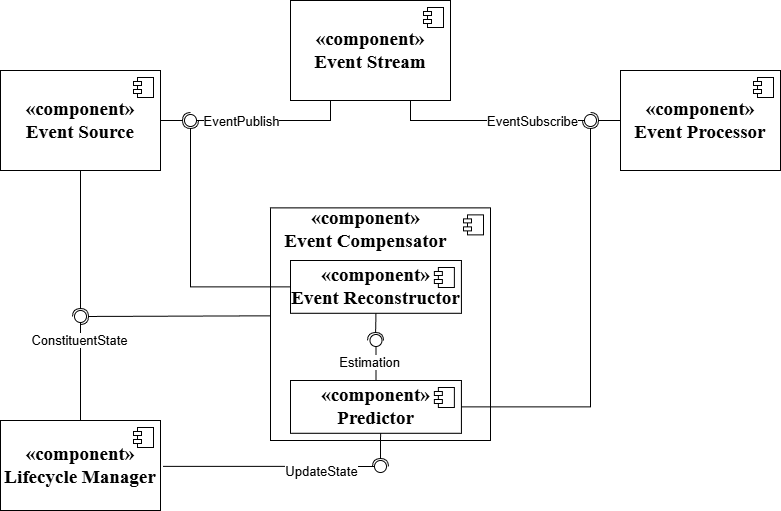
The draw.io diagram Feyi_s_Official_Thesis__Current_Version/figures/Architecture/High Level Component Diagram.drawio.png in faith176/sots_kalman_filters, before a commit. Source tidied: cells renumbered, new cells last; positions are measured from the earlier drawing's top-left corner, leaving out a move shared by most shapes.
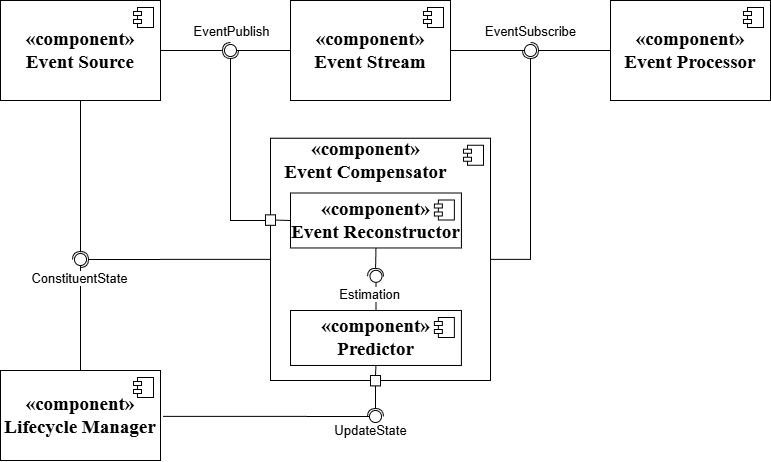
Above is the later version.

The edit, as a diff of the source:
```diff
@@ -2,176 +2,189 @@
   <root>
     <mxCell id="0" />
     <mxCell id="1" parent="0" />
-    <mxCell id="2" style="edgeStyle=orthogonalEdgeStyle;rounded=0;jettySize=auto;html=1;exitX=1;exitY=0.5;exitDx=0;exitDy=0;endArrow=halfCircle;endFill=0;" parent="1" edge="1" source="4">
+    <mxCell id="2" style="endArrow=halfCircle;html=1;rounded=0;endFill=0;exitX=0;exitY=0.5;exitDx=0;exitDy=0;edgeStyle=orthogonalEdgeStyle;" parent="1" edge="1">
       <mxGeometry relative="1" as="geometry">
-        <mxPoint x="190" y="120" as="targetPoint" />
-        <Array as="points">
-          <mxPoint x="150" y="120" />
-        </Array>
+        <mxPoint x="330" y="290" as="sourcePoint" />
+        <mxPoint x="230" y="120" as="targetPoint" />
       </mxGeometry>
     </mxCell>
-    <mxCell id="3" style="edgeStyle=orthogonalEdgeStyle;rounded=0;jettySize=auto;html=1;exitX=0.5;exitY=1;exitDx=0;exitDy=0;endArrow=halfCircle;endFill=0;" parent="1" edge="1" source="4">
+    <mxCell id="3" style="edgeStyle=orthogonalEdgeStyle;rounded=0;jettySize=auto;html=1;exitX=1;exitY=0.5;exitDx=0;exitDy=0;endArrow=halfCircle;endFill=0;" parent="1" edge="1" source="5">
       <mxGeometry relative="1" as="geometry">
-        <mxPoint x="80" y="316" as="targetPoint" />
+        <mxPoint x="230" y="120" as="targetPoint" />
+        <Array as="points">
+          <mxPoint x="150" y="120" />
+        </Array>
       </mxGeometry>
     </mxCell>
-    <mxCell id="4" value="«component»&lt;br&gt;&lt;span&gt;Event Source&lt;/span&gt;" style="html=1;whiteSpace=wrap;fontFamily=Times New Roman;fontSize=19;fontStyle=1;" parent="1" vertex="1">
-      <mxGeometry y="70" width="160" height="100" as="geometry" />
+    <mxCell id="4" style="edgeStyle=orthogonalEdgeStyle;rounded=0;jettySize=auto;html=1;exitX=0.5;exitY=1;exitDx=0;exitDy=0;endArrow=halfCircle;endFill=0;" parent="1" edge="1" source="5">
+      <mxGeometry relative="1" as="geometry">
+        <mxPoint x="80" y="329" as="targetPoint" />
+      </mxGeometry>
     </mxCell>
-    <mxCell id="5" style="shape=module;jettyWidth=8;jettyHeight=4;fontFamily=Times New Roman;fontSize=19;fontStyle=1;" parent="4" vertex="1">
-      <mxGeometry x="1" width="20" height="20" relative="1" as="geometry">
-        <mxPoint x="-27" y="7" as="offset" />
-      </mxGeometry>
+    <mxCell id="5" value="«component»&lt;br&gt;&lt;span&gt;Event Source&lt;/span&gt;" style="html=1;whiteSpace=wrap;fontFamily=Times New Roman;fontSize=19;fontStyle=1;" parent="1" vertex="1">
+      <mxGeometry y="70" width="160" height="100" as="geometry" />
     </mxCell>
-    <mxCell id="6" style="edgeStyle=orthogonalEdgeStyle;rounded=0;jettySize=auto;html=1;exitX=0.25;exitY=1;exitDx=0;exitDy=0;endArrow=oval;endFill=0;endSize=12;" parent="1" edge="1" source="10">
-      <mxGeometry relative="1" as="geometry">
-        <mxPoint x="190" y="120" as="targetPoint" />
-        <Array as="points">
-          <mxPoint x="330" y="120" />
-        </Array>
+    <mxCell id="6" style="shape=module;jettyWidth=8;jettyHeight=4;fontFamily=Times New Roman;fontSize=19;fontStyle=1;" parent="5" vertex="1">
+      <mxGeometry x="1" width="20" height="20" relative="1" as="geometry">
+        <mxPoint x="-27" y="7" as="offset" />
       </mxGeometry>
     </mxCell>
-    <mxCell id="7" value="Event&lt;span style=&quot;background-color: light-dark(#ffffff, var(--ge-dark-color, #121212)); color: light-dark(rgb(0, 0, 0), rgb(255, 255, 255));&quot;&gt;Publish&lt;/span&gt;" style="edgeLabel;html=1;align=center;verticalAlign=middle;fontSize=13;" parent="6" vertex="1">
-      <mxGeometry x="-0.12" relative="1" as="geometry">
-        <mxPoint x="-39" as="offset" />
+    <mxCell id="7" style="edgeStyle=orthogonalEdgeStyle;rounded=0;jettySize=auto;html=1;exitX=0.25;exitY=1;exitDx=0;exitDy=0;endArrow=oval;endFill=0;endSize=12;" parent="1" edge="1" source="11">
+      <mxGeometry relative="1" as="geometry">
+        <mxPoint x="230" y="120" as="targetPoint" />
+        <Array as="points">
+          <mxPoint x="330" y="120" />
+        </Array>
       </mxGeometry>
     </mxCell>
-    <mxCell id="8" style="edgeStyle=orthogonalEdgeStyle;rounded=0;jettySize=auto;html=1;exitX=0.75;exitY=1;exitDx=0;exitDy=0;endArrow=oval;endFill=0;endSize=12;" parent="1" edge="1" source="10">
-      <mxGeometry relative="1" as="geometry">
-        <mxPoint x="590" y="120" as="targetPoint" />
-        <Array as="points">
-          <mxPoint x="410" y="120" />
-        </Array>
+    <mxCell id="8" value="Event&lt;span style=&quot;background-color: light-dark(#ffffff, var(--ge-dark-color, #121212)); color: light-dark(rgb(0, 0, 0), rgb(255, 255, 255));&quot;&gt;Publish&lt;/span&gt;" style="edgeLabel;html=1;align=center;verticalAlign=middle;fontSize=13;" parent="7" vertex="1">
+      <mxGeometry x="-0.12" relative="1" as="geometry">
+        <mxPoint x="-84" y="-20" as="offset" />
       </mxGeometry>
     </mxCell>
-    <mxCell id="9" value="Event&lt;span style=&quot;background-color: light-dark(#ffffff, var(--ge-dark-color, #121212)); color: light-dark(rgb(0, 0, 0), rgb(255, 255, 255));&quot;&gt;Subscribe&lt;/span&gt;" style="edgeLabel;html=1;align=center;verticalAlign=middle;fontSize=13;" parent="8" vertex="1">
-      <mxGeometry x="-0.11" relative="1" as="geometry">
-        <mxPoint x="52" as="offset" />
+    <mxCell id="9" style="edgeStyle=orthogonalEdgeStyle;rounded=0;jettySize=auto;html=1;exitX=0.75;exitY=1;exitDx=0;exitDy=0;endArrow=oval;endFill=0;endSize=12;" parent="1" edge="1" source="11">
+      <mxGeometry relative="1" as="geometry">
+        <mxPoint x="530" y="120" as="targetPoint" />
+        <Array as="points">
+          <mxPoint x="410" y="120" />
+        </Array>
       </mxGeometry>
     </mxCell>
-    <mxCell id="10" value="«component»&lt;br&gt;&lt;span&gt;Event Stream&lt;/span&gt;" style="html=1;whiteSpace=wrap;fontFamily=Times New Roman;fontSize=19;fontStyle=1;" parent="1" vertex="1">
-      <mxGeometry x="290" width="160" height="100" as="geometry" />
+    <mxCell id="10" value="Event&lt;span style=&quot;background-color: light-dark(#ffffff, var(--ge-dark-color, #121212)); color: light-dark(rgb(0, 0, 0), rgb(255, 255, 255));&quot;&gt;Subscribe&lt;/span&gt;" style="edgeLabel;html=1;align=center;verticalAlign=middle;points=[];fontSize=13;" parent="9" vertex="1">
+      <mxGeometry x="-0.11" relative="1" as="geometry">
+        <mxPoint x="94" y="-20" as="offset" />
+      </mxGeometry>
     </mxCell>
-    <mxCell id="11" style="shape=module;jettyWidth=8;jettyHeight=4;fontFamily=Times New Roman;fontSize=19;fontStyle=1;" parent="10" vertex="1">
-      <mxGeometry x="1" width="20" height="20" relative="1" as="geometry">
-        <mxPoint x="-27" y="7" as="offset" />
-      </mxGeometry>
+    <mxCell id="11" value="«component»&lt;br&gt;&lt;span&gt;Event Stream&lt;/span&gt;" style="html=1;whiteSpace=wrap;fontFamily=Times New Roman;fontSize=19;fontStyle=1;" parent="1" vertex="1">
+      <mxGeometry x="290" y="70" width="160" height="100" as="geometry" />
     </mxCell>
-    <mxCell id="12" style="edgeStyle=orthogonalEdgeStyle;rounded=0;jettySize=auto;html=1;exitX=0.5;exitY=0;exitDx=0;exitDy=0;endArrow=oval;endFill=0;endSize=12;" parent="1" edge="1" source="14">
-      <mxGeometry relative="1" as="geometry">
-        <mxPoint x="80" y="316" as="targetPoint" />
+    <mxCell id="12" style="shape=module;jettyWidth=8;jettyHeight=4;fontFamily=Times New Roman;fontSize=19;fontStyle=1;" parent="11" vertex="1">
+      <mxGeometry x="1" width="20" height="20" relative="1" as="geometry">
+        <mxPoint x="-27" y="7" as="offset" />
       </mxGeometry>
     </mxCell>
-    <mxCell id="13" value="ConstituentState" style="edgeLabel;html=1;align=center;verticalAlign=middle;fontSize=13;" parent="12" vertex="1">
-      <mxGeometry x="0.01" y="2" relative="1" as="geometry">
-        <mxPoint y="-27" as="offset" />
+    <mxCell id="13" style="edgeStyle=orthogonalEdgeStyle;rounded=0;jettySize=auto;html=1;exitX=0.5;exitY=0;exitDx=0;exitDy=0;endArrow=oval;endFill=0;endSize=12;" parent="1" edge="1" source="15">
+      <mxGeometry relative="1" as="geometry">
+        <mxPoint x="80" y="329" as="targetPoint" />
       </mxGeometry>
     </mxCell>
-    <mxCell id="14" value="«component»&lt;br&gt;Lifecycle Manager" style="html=1;whiteSpace=wrap;fontFamily=Times New Roman;fontSize=19;fontStyle=1;" parent="1" vertex="1">
-      <mxGeometry y="420" width="160" height="90" as="geometry" />
+    <mxCell id="14" value="ConstituentState" style="edgeLabel;html=1;align=center;verticalAlign=middle;points=[];fontSize=13;" parent="13" vertex="1">
+      <mxGeometry x="0.01" y="2" relative="1" as="geometry">
+        <mxPoint y="-37" as="offset" />
+      </mxGeometry>
     </mxCell>
-    <mxCell id="15" style="shape=module;jettyWidth=8;jettyHeight=4;fontFamily=Times New Roman;fontSize=19;fontStyle=1;" parent="14" vertex="1">
-      <mxGeometry x="1" width="20" height="20" relative="1" as="geometry">
-        <mxPoint x="-27" y="7" as="offset" />
-      </mxGeometry>
+    <mxCell id="15" value="«component»&lt;br&gt;Lifecycle Manager" style="html=1;whiteSpace=wrap;fontFamily=Times New Roman;fontSize=19;fontStyle=1;" parent="1" vertex="1">
+      <mxGeometry y="440" width="160" height="90" as="geometry" />
     </mxCell>
-    <mxCell id="16" style="edgeStyle=orthogonalEdgeStyle;rounded=0;jettySize=auto;html=1;exitX=0;exitY=0.5;exitDx=0;exitDy=0;endArrow=halfCircle;endFill=0;endSize=6;" parent="1" edge="1" source="17">
-      <mxGeometry relative="1" as="geometry">
-        <mxPoint x="590" y="120" as="targetPoint" />
-        <Array as="points">
-          <mxPoint x="710" y="120" />
-          <mxPoint x="710" y="120" />
-        </Array>
+    <mxCell id="16" style="shape=module;jettyWidth=8;jettyHeight=4;fontFamily=Times New Roman;fontSize=19;fontStyle=1;" parent="15" vertex="1">
+      <mxGeometry x="1" width="20" height="20" relative="1" as="geometry">
+        <mxPoint x="-27" y="7" as="offset" />
       </mxGeometry>
     </mxCell>
-    <mxCell id="17" value="«component»&lt;br&gt;Event Processor" style="html=1;whiteSpace=wrap;fontFamily=Times New Roman;fontSize=19;fontStyle=1;" parent="1" vertex="1">
-      <mxGeometry x="620" y="70" width="160" height="100" as="geometry" />
+    <mxCell id="17" style="edgeStyle=orthogonalEdgeStyle;rounded=0;jettySize=auto;html=1;exitX=0;exitY=0.5;exitDx=0;exitDy=0;endArrow=halfCircle;endFill=0;endSize=6;" parent="1" edge="1" source="18">
+      <mxGeometry relative="1" as="geometry">
+        <mxPoint x="530" y="120" as="targetPoint" />
+        <Array as="points">
+          <mxPoint x="710" y="120" />
+          <mxPoint x="710" y="120" />
+        </Array>
+      </mxGeometry>
     </mxCell>
-    <mxCell id="18" style="shape=module;jettyWidth=8;jettyHeight=4;fontFamily=Times New Roman;fontSize=19;fontStyle=1;" parent="17" vertex="1">
-      <mxGeometry x="1" width="20" height="20" relative="1" as="geometry">
-        <mxPoint x="-27" y="7" as="offset" />
-      </mxGeometry>
+    <mxCell id="18" value="«component»&lt;br&gt;Event Processor" style="html=1;whiteSpace=wrap;fontFamily=Times New Roman;fontSize=19;fontStyle=1;" parent="1" vertex="1">
+      <mxGeometry x="610" y="70" width="160" height="100" as="geometry" />
     </mxCell>
-    <mxCell id="19" style="group;" parent="1" vertex="1">
-      <mxGeometry x="270" y="200" width="220" height="240" as="geometry" />
+    <mxCell id="19" style="shape=module;jettyWidth=8;jettyHeight=4;fontFamily=Times New Roman;fontSize=19;fontStyle=1;" parent="18" vertex="1">
+      <mxGeometry x="1" width="20" height="20" relative="1" as="geometry">
+        <mxPoint x="-27" y="7" as="offset" />
+      </mxGeometry>
     </mxCell>
-    <mxCell id="20" style="html=1;whiteSpace=wrap;fontFamily=Times New Roman;fontSize=19;fontStyle=1;" parent="19" vertex="1">
-      <mxGeometry y="7.4" width="220" height="232.6" as="geometry" />
+    <mxCell id="20" style="group;" parent="1" vertex="1">
+      <mxGeometry x="270" y="200" width="220" height="260.4" as="geometry" />
     </mxCell>
-    <mxCell id="21" style="shape=module;jettyWidth=8;jettyHeight=4;fontFamily=Times New Roman;fontSize=19;fontStyle=1;" parent="20" vertex="1">
-      <mxGeometry x="1" width="20" height="20" relative="1" as="geometry">
-        <mxPoint x="-27" y="7" as="offset" />
-      </mxGeometry>
+    <mxCell id="21" style="html=1;whiteSpace=wrap;fontFamily=Times New Roman;fontSize=19;fontStyle=1;" parent="20" vertex="1">
+      <mxGeometry y="7.7" width="220" height="242.3" as="geometry" />
     </mxCell>
-    <mxCell id="22" value="«component»&lt;br&gt;&lt;span&gt;Event Compensator&lt;/span&gt;" style="text;html=1;whiteSpace=wrap;strokeColor=none;fillColor=none;align=center;verticalAlign=middle;rounded=0;fontFamily=Times New Roman;fontSize=19;fontStyle=1;" parent="19" vertex="1">
-      <mxGeometry x="9.2" y="14.8" width="172.9" height="28.2" as="geometry" />
+    <mxCell id="22" style="shape=module;jettyWidth=8;jettyHeight=4;fontFamily=Times New Roman;fontSize=19;fontStyle=1;" parent="21" vertex="1">
+      <mxGeometry x="1" width="20" height="20" relative="1" as="geometry">
+        <mxPoint x="-27" y="7" as="offset" />
+      </mxGeometry>
     </mxCell>
-    <mxCell id="23" style="ellipse;whiteSpace=wrap;html=1;align=center;fillColor=none;strokeColor=none;perimeter=centerPerimeter;fontFamily=Times New Roman;fontSize=19;fontStyle=1;" parent="19" vertex="1">
-      <mxGeometry x="121.8" width="10" height="10" as="geometry" />
+    <mxCell id="23" value="«component»&lt;br&gt;&lt;span&gt;Event Compensator&lt;/span&gt;" style="text;html=1;whiteSpace=wrap;strokeColor=none;fillColor=none;align=center;verticalAlign=middle;rounded=0;fontFamily=Times New Roman;fontSize=19;fontStyle=1;" parent="20" vertex="1">
+      <mxGeometry x="9.2" y="15.4" width="172.9" height="29.3" as="geometry" />
     </mxCell>
-    <mxCell id="24" style="edgeStyle=orthogonalEdgeStyle;rounded=0;jettySize=auto;html=1;exitX=0.5;exitY=0;exitDx=0;exitDy=0;endArrow=oval;endFill=0;endSize=12;" parent="19" edge="1" source="29">
-      <mxGeometry relative="1" as="geometry">
-        <mxPoint x="105.5" y="140" as="targetPoint" />
-      </mxGeometry>
+    <mxCell id="24" style="ellipse;whiteSpace=wrap;html=1;align=center;fillColor=none;strokeColor=none;perimeter=centerPerimeter;fontFamily=Times New Roman;fontSize=19;fontStyle=1;" parent="20" vertex="1">
+      <mxGeometry x="121.8" width="10" height="10" as="geometry" />
     </mxCell>
-    <mxCell id="25" value="&lt;span style=&quot;background-color: light-dark(#ffffff, var(--ge-dark-color, #121212)); color: light-dark(rgb(0, 0, 0), rgb(255, 255, 255));&quot;&gt;Estimation&amp;nbsp;&lt;/span&gt;" style="edgeLabel;html=1;align=center;verticalAlign=middle;fontSize=13;" parent="24" vertex="1">
-      <mxGeometry x="0.02" y="1" relative="1" as="geometry">
-        <mxPoint x="-4" y="1" as="offset" />
+    <mxCell id="25" style="edgeStyle=orthogonalEdgeStyle;rounded=0;jettySize=auto;html=1;exitX=0.5;exitY=0;exitDx=0;exitDy=0;endArrow=oval;endFill=0;endSize=12;" parent="20" edge="1" source="30">
+      <mxGeometry relative="1" as="geometry">
+        <mxPoint x="105.5" y="145.8" as="targetPoint" />
       </mxGeometry>
     </mxCell>
-    <mxCell id="26" style="edgeStyle=orthogonalEdgeStyle;rounded=0;jettySize=auto;html=1;exitX=0.5;exitY=1;exitDx=0;exitDy=0;endArrow=halfCircle;endFill=0;" parent="19" edge="1" source="27">
-      <mxGeometry relative="1" as="geometry">
-        <mxPoint x="105" y="140" as="targetPoint" />
+    <mxCell id="26" value="&lt;span style=&quot;background-color: light-dark(#ffffff, var(--ge-dark-color, #121212)); color: light-dark(rgb(0, 0, 0), rgb(255, 255, 255));&quot;&gt;Estimation&amp;nbsp;&lt;/span&gt;" style="edgeLabel;html=1;align=center;verticalAlign=middle;fontSize=13;" parent="25" vertex="1">
+      <mxGeometry x="0.02" y="1" relative="1" as="geometry">
+        <mxPoint x="-4" y="1" as="offset" />
       </mxGeometry>
     </mxCell>
-    <mxCell id="27" value="«component»&lt;br&gt;Event Reconstructor" style="html=1;whiteSpace=wrap;fontFamily=Times New Roman;fontSize=19;fontStyle=1;" parent="19" vertex="1">
-      <mxGeometry x="20" y="60" width="170.9" height="52.8" as="geometry" />
+    <mxCell id="27" style="edgeStyle=orthogonalEdgeStyle;rounded=0;jettySize=auto;html=1;exitX=0.5;exitY=1;exitDx=0;exitDy=0;endArrow=halfCircle;endFill=0;" parent="20" edge="1" source="28">
+      <mxGeometry relative="1" as="geometry">
+        <mxPoint x="105" y="145.8" as="targetPoint" />
+      </mxGeometry>
     </mxCell>
-    <mxCell id="28" style="shape=module;jettyWidth=8;jettyHeight=4;fontFamily=Times New Roman;fontSize=19;fontStyle=1;" parent="27" vertex="1">
-      <mxGeometry x="1" width="20" height="20" relative="1" as="geometry">
-        <mxPoint x="-27" y="7" as="offset" />
-      </mxGeometry>
+    <mxCell id="28" value="«component»&lt;br&gt;Event Reconstructor" style="html=1;whiteSpace=wrap;fontFamily=Times New Roman;fontSize=19;fontStyle=1;" parent="20" vertex="1">
+      <mxGeometry x="20" y="62.5" width="170.9" height="55" as="geometry" />
     </mxCell>
-    <mxCell id="29" value="«component»&lt;br&gt;Predictor" style="html=1;whiteSpace=wrap;fontFamily=Times New Roman;fontSize=19;fontStyle=1;" parent="19" vertex="1">
-      <mxGeometry x="20" y="180" width="170.9" height="52.8" as="geometry" />
+    <mxCell id="29" style="shape=module;jettyWidth=8;jettyHeight=4;fontFamily=Times New Roman;fontSize=19;fontStyle=1;" parent="28" vertex="1">
+      <mxGeometry x="1" width="20" height="20" relative="1" as="geometry">
+        <mxPoint x="-27" y="7" as="offset" />
+      </mxGeometry>
     </mxCell>
-    <mxCell id="30" style="shape=module;jettyWidth=8;jettyHeight=4;fontFamily=Times New Roman;fontSize=19;fontStyle=1;" parent="29" vertex="1">
-      <mxGeometry x="1" width="20" height="20" relative="1" as="geometry">
-        <mxPoint x="-27" y="7" as="offset" />
-      </mxGeometry>
+    <mxCell id="30" value="«component»&lt;br&gt;Predictor" style="html=1;whiteSpace=wrap;fontFamily=Times New Roman;fontSize=19;fontStyle=1;" parent="20" vertex="1">
+      <mxGeometry x="20" y="180" width="170.9" height="55" as="geometry" />
     </mxCell>
-    <mxCell id="31" style="endArrow=halfCircle;html=1;rounded=0;endFill=0;exitX=0;exitY=0.5;exitDx=0;exitDy=0;edgeStyle=orthogonalEdgeStyle;" parent="1" edge="1" source="27">
-      <mxGeometry relative="1" as="geometry">
-        <mxPoint x="190" y="120" as="targetPoint" />
+    <mxCell id="31" style="shape=module;jettyWidth=8;jettyHeight=4;fontFamily=Times New Roman;fontSize=19;fontStyle=1;" parent="30" vertex="1">
+      <mxGeometry x="1" width="20" height="20" relative="1" as="geometry">
+        <mxPoint x="-27" y="7" as="offset" />
       </mxGeometry>
     </mxCell>
-    <mxCell id="32" style="endArrow=halfCircle;html=1;rounded=0;endFill=0;exitX=1;exitY=0.5;exitDx=0;exitDy=0;edgeStyle=orthogonalEdgeStyle;" parent="1" edge="1" source="29">
-      <mxGeometry relative="1" as="geometry">
-        <mxPoint x="590" y="120" as="targetPoint" />
-      </mxGeometry>
+    <mxCell id="32" style="rounded=0;whiteSpace=wrap;html=1;fillColor=#FFFFFF;" parent="20" vertex="1">
+      <mxGeometry x="-5" y="84.4" width="10" height="10.4" as="geometry" />
     </mxCell>
-    <mxCell id="33" style="rounded=0;jettySize=auto;html=1;exitX=-0.002;exitY=0.464;exitDx=0;exitDy=0;endArrow=halfCircle;endFill=0;exitPerimeter=0;" parent="1" edge="1" source="20">
-      <mxGeometry relative="1" as="geometry">
-        <mxPoint x="80" y="316" as="targetPoint" />
-      </mxGeometry>
+    <mxCell id="33" style="endArrow=none;html=1;rounded=0;exitX=1;exitY=0.5;exitDx=0;exitDy=0;entryX=0;entryY=0.5;entryDx=0;entryDy=0;" parent="20" edge="1" source="32" target="28">
+      <mxGeometry relative="1" as="geometry" />
     </mxCell>
-    <mxCell id="34" style="edgeStyle=orthogonalEdgeStyle;rounded=0;jettySize=auto;html=1;endArrow=oval;endFill=0;endSize=12;exitX=1.016;exitY=0.51;exitDx=0;exitDy=0;exitPerimeter=0;" parent="1" edge="1" source="14">
-      <mxGeometry relative="1" as="geometry">
-        <mxPoint x="380" y="466" as="targetPoint" />
-        <Array as="points">
-          <mxPoint x="250" y="466" />
-        </Array>
-      </mxGeometry>
+    <mxCell id="34" style="endArrow=none;html=1;rounded=0;exitX=0.5;exitY=0;exitDx=0;exitDy=0;entryX=0.5;entryY=1;entryDx=0;entryDy=0;" parent="20" edge="1" source="36" target="30">
+      <mxGeometry relative="1" as="geometry" />
     </mxCell>
-    <mxCell id="35" value="UpdateState" style="edgeLabel;html=1;align=center;verticalAlign=middle;fontSize=13;" parent="34" vertex="1">
-      <mxGeometry x="0.01" y="2" relative="1" as="geometry">
-        <mxPoint x="47" y="6" as="offset" />
+    <mxCell id="35" style="endArrow=halfCircle;html=1;rounded=0;endSize=6;endFill=0;exitX=0.5;exitY=1;exitDx=0;exitDy=0;" parent="20" edge="1" source="36">
+      <mxGeometry relative="1" as="geometry">
+        <mxPoint x="105" y="286" as="targetPoint" />
       </mxGeometry>
     </mxCell>
-    <mxCell id="36" style="endArrow=halfCircle;html=1;rounded=0;endSize=6;endFill=0;exitX=0.527;exitY=1.001;exitDx=0;exitDy=0;exitPerimeter=0;" parent="1" edge="1" source="29">
-      <mxGeometry relative="1" as="geometry">
-        <mxPoint x="380" y="466" as="targetPoint" />
-      </mxGeometry>
+    <mxCell id="36" style="rounded=0;whiteSpace=wrap;html=1;fillColor=#FFFFFF;" parent="20" vertex="1">
+      <mxGeometry x="100" y="245" width="10" height="10.4" as="geometry" />
     </mxCell>
+    <mxCell id="37" style="endArrow=halfCircle;html=1;rounded=0;endFill=0;edgeStyle=orthogonalEdgeStyle;" parent="1" edge="1" source="21">
+      <mxGeometry relative="1" as="geometry">
+        <mxPoint x="530" y="120" as="targetPoint" />
+      </mxGeometry>
+    </mxCell>
+    <mxCell id="38" style="rounded=0;jettySize=auto;html=1;exitX=0;exitY=0.5;exitDx=0;exitDy=0;endArrow=halfCircle;endFill=0;" parent="1" edge="1" source="21">
+      <mxGeometry relative="1" as="geometry">
+        <mxPoint x="80" y="329" as="targetPoint" />
+      </mxGeometry>
+    </mxCell>
+    <mxCell id="39" style="edgeStyle=orthogonalEdgeStyle;rounded=0;jettySize=auto;html=1;endArrow=oval;endFill=0;endSize=12;exitX=1.016;exitY=0.51;exitDx=0;exitDy=0;exitPerimeter=0;" parent="1" edge="1" source="15">
+      <mxGeometry relative="1" as="geometry">
+        <mxPoint x="375" y="486" as="targetPoint" />
+        <Array as="points">
+          <mxPoint x="250" y="486" />
+        </Array>
+      </mxGeometry>
+    </mxCell>
+    <mxCell id="40" value="UpdateState" style="edgeLabel;html=1;align=center;verticalAlign=middle;fontSize=13;" parent="39" vertex="1">
+      <mxGeometry x="0.01" y="2" relative="1" as="geometry">
+        <mxPoint x="100" y="16" as="offset" />
+      </mxGeometry>
+    </mxCell>
   </root>
 </mxGraphModel>
```
